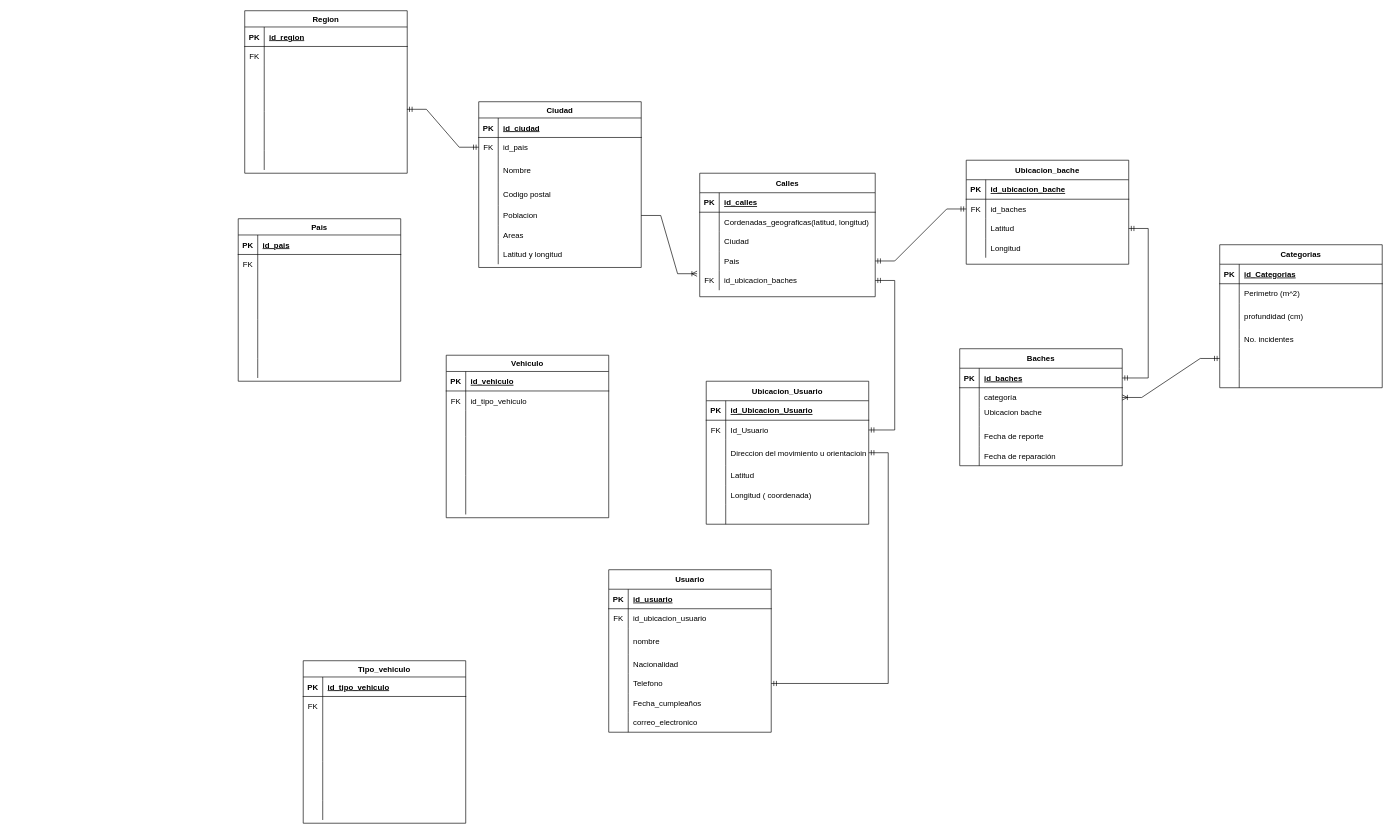
This is MER/Diagrama sin título.drawio from josearpa123/Movilidad-ubanaBD, a draw.io file, before an edit. Source tidied: cells renumbered, new cells numbered last; positions are measured from the earlier drawing's top-left corner, leaving out a move shared by most shapes. Both pictures are drawn from the tidied source at 65%, with x=0, y=0 at pixel (238, 10).
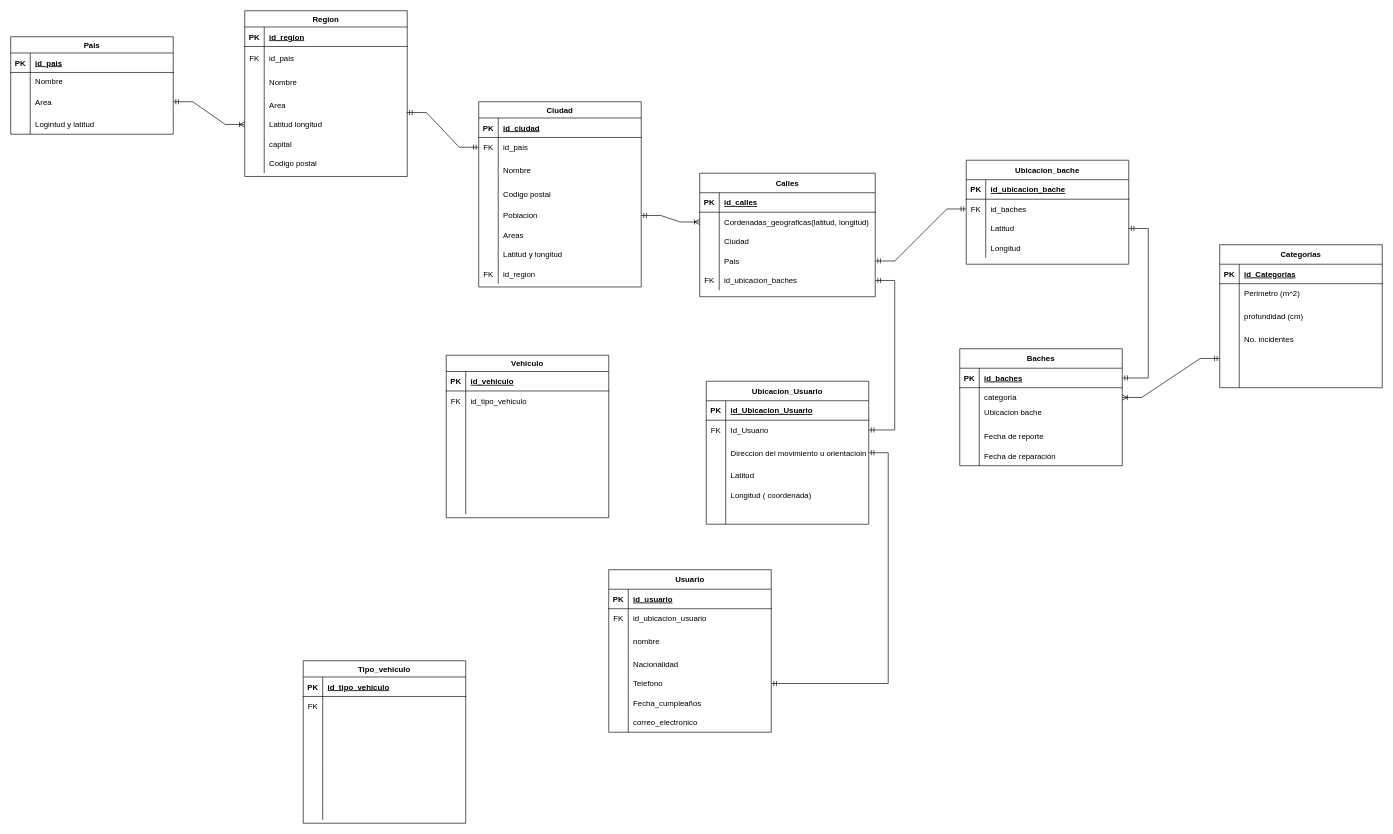
The same diagram, later.

Commit message:
Zona listo

The change refers to these unchanged cells:
```xml
<mxCell id="35" style="shape=partialRectangle;fillColor=none;points=[[0,0.5],[1,0.5]];portConstraint=eastwest;top=0;left=0;right=0;bottom=0;" parent="31" vertex="1">
  <mxGeometry y="60" width="270" height="30" as="geometry" />
</mxCell>
<mxCell id="44" style="shape=partialRectangle;fillColor=none;points=[[0,0.5],[1,0.5]];portConstraint=eastwest;top=0;left=0;right=0;bottom=0;" parent="31" vertex="1">
  <mxGeometry y="150" width="270" height="30" as="geometry" />
</mxCell>
<mxCell id="124" style="shape=partialRectangle;fillColor=none;points=[[0,0.5],[1,0.5]];portConstraint=eastwest;top=0;left=0;right=0;bottom=0;" parent="111" vertex="1">
  <mxGeometry y="160" width="250" height="30" as="geometry" />
</mxCell>
```

What changed in the source:
```diff
@@
     <mxCell id="111" value="Ciudad" style="shape=table;startSize=25;childLayout=tableLayout;rowLines=0;fontStyle=1;align=center;" parent="1" vertex="1">
-      <mxGeometry x="370" y="140" width="250" height="255" as="geometry" />
+      <mxGeometry x="370" y="140" width="250" height="285" as="geometry" />
     </mxCell>
@@
+    <mxCell id="224" style="shape=partialRectangle;fillColor=none;top=0;left=0;right=0;bottom=0;" parent="111" vertex="1">
+      <mxGeometry y="250" width="250" height="30" as="geometry" />
+    </mxCell>
+    <mxCell id="225" value="FK" style="shape=partialRectangle;overflow=hidden;fillColor=none;top=0;left=0;bottom=0;right=0;" parent="224" vertex="1">
+      <mxGeometry width="30" height="30" as="geometry" />
+    </mxCell>
+    <mxCell id="226" value="id_region" style="shape=partialRectangle;overflow=hidden;fillColor=none;top=0;left=0;bottom=0;right=0;align=left;spacingLeft=6;" parent="224" vertex="1">
+      <mxGeometry x="30" width="220" height="30" as="geometry" />
+    </mxCell>
     <mxCell id="133" value="Region" style="shape=table;startSize=25;childLayout=tableLayout;rowLines=0;fontStyle=1;align=center;" parent="1" vertex="1">
-      <mxGeometry x="10" width="250" height="250" as="geometry" />
+      <mxGeometry x="10" width="250" height="255" as="geometry" />
     </mxCell>
@@
     <mxCell id="137" style="shape=partialRectangle;fillColor=none;top=0;left=0;right=0;bottom=0;" parent="133" vertex="1">
-      <mxGeometry y="55" width="250" height="30" as="geometry" />
+      <mxGeometry y="55" width="250" height="35" as="geometry" />
     </mxCell>
     <mxCell id="138" value="FK" style="shape=partialRectangle;overflow=hidden;fillColor=none;top=0;left=0;bottom=0;right=0;" parent="137" vertex="1">
-      <mxGeometry width="30" height="30" as="geometry" />
+      <mxGeometry width="30" height="35" as="geometry" />
     </mxCell>
-    <mxCell id="139" style="shape=partialRectangle;overflow=hidden;fillColor=none;top=0;left=0;bottom=0;right=0;align=left;spacingLeft=6;" parent="137" vertex="1">
-      <mxGeometry x="30" width="220" height="30" as="geometry" />
+    <mxCell id="139" value="id_pais" style="shape=partialRectangle;overflow=hidden;fillColor=none;top=0;left=0;bottom=0;right=0;align=left;spacingLeft=6;" parent="137" vertex="1">
+      <mxGeometry x="30" width="220" height="35" as="geometry" />
     </mxCell>
     <mxCell id="140" style="shape=partialRectangle;fillColor=none;top=0;left=0;right=0;bottom=0;" parent="133" vertex="1">
-      <mxGeometry y="85" width="250" height="40" as="geometry" />
+      <mxGeometry y="90" width="250" height="40" as="geometry" />
     </mxCell>
@@
-    <mxCell id="142" style="shape=partialRectangle;overflow=hidden;fillColor=none;top=0;left=0;bottom=0;right=0;align=left;spacingLeft=6;" parent="140" vertex="1">
+    <mxCell id="142" value="Nombre" style="shape=partialRectangle;overflow=hidden;fillColor=none;top=0;left=0;bottom=0;right=0;align=left;spacingLeft=6;" parent="140" vertex="1">
       <mxGeometry x="30" width="220" height="40" as="geometry" />
     </mxCell>
     <mxCell id="143" style="shape=partialRectangle;fillColor=none;points=[[0,0.5],[1,0.5]];portConstraint=eastwest;top=0;left=0;right=0;bottom=0;" parent="133" vertex="1">
-      <mxGeometry y="125" width="250" height="30" as="geometry" />
+      <mxGeometry y="130" width="250" height="30" as="geometry" />
     </mxCell>
@@
-    <mxCell id="145" style="shape=partialRectangle;overflow=hidden;fillColor=none;top=0;left=0;bottom=0;right=0;align=left;spacingLeft=6;" parent="143" vertex="1">
+    <mxCell id="145" value="Area" style="shape=partialRectangle;overflow=hidden;fillColor=none;top=0;left=0;bottom=0;right=0;align=left;spacingLeft=6;" parent="143" vertex="1">
       <mxGeometry x="30" width="220" height="30" as="geometry" />
     </mxCell>
     <mxCell id="146" style="shape=partialRectangle;fillColor=none;points=[[0,0.5],[1,0.5]];portConstraint=eastwest;top=0;left=0;right=0;bottom=0;" parent="133" vertex="1">
-      <mxGeometry y="155" width="250" height="30" as="geometry" />
+      <mxGeometry y="160" width="250" height="30" as="geometry" />
     </mxCell>
@@
-    <mxCell id="148" style="shape=partialRectangle;overflow=hidden;fillColor=none;top=0;left=0;bottom=0;right=0;align=left;spacingLeft=6;" parent="146" vertex="1">
+    <mxCell id="148" value="Latitud longitud" style="shape=partialRectangle;overflow=hidden;fillColor=none;top=0;left=0;bottom=0;right=0;align=left;spacingLeft=6;" parent="146" vertex="1">
       <mxGeometry x="30" width="220" height="30" as="geometry" />
     </mxCell>
     <mxCell id="149" style="shape=partialRectangle;fillColor=none;top=0;left=0;right=0;bottom=0;" parent="133" vertex="1">
-      <mxGeometry y="185" width="250" height="30" as="geometry" />
+      <mxGeometry y="190" width="250" height="30" as="geometry" />
     </mxCell>
@@
-    <mxCell id="151" style="shape=partialRectangle;overflow=hidden;fillColor=none;top=0;left=0;bottom=0;right=0;align=left;spacingLeft=6;" parent="149" vertex="1">
+    <mxCell id="151" value="capital" style="shape=partialRectangle;overflow=hidden;fillColor=none;top=0;left=0;bottom=0;right=0;align=left;spacingLeft=6;" parent="149" vertex="1">
       <mxGeometry x="30" width="220" height="30" as="geometry" />
     </mxCell>
     <mxCell id="152" style="shape=partialRectangle;fillColor=none;top=0;left=0;right=0;bottom=0;" parent="133" vertex="1">
-      <mxGeometry y="215" width="250" height="30" as="geometry" />
+      <mxGeometry y="220" width="250" height="30" as="geometry" />
     </mxCell>
@@
-    <mxCell id="154" style="shape=partialRectangle;overflow=hidden;fillColor=none;top=0;left=0;bottom=0;right=0;align=left;spacingLeft=6;" parent="152" vertex="1">
+    <mxCell id="154" value="Codigo postal" style="shape=partialRectangle;overflow=hidden;fillColor=none;top=0;left=0;bottom=0;right=0;align=left;spacingLeft=6;" parent="152" vertex="1">
       <mxGeometry x="30" width="220" height="30" as="geometry" />
     </mxCell>
@@
-    <mxCell id="156" style="edgeStyle=entityRelationEdgeStyle;fontSize=12;html=1;endArrow=ERoneToMany;rounded=0;exitX=1;exitY=0.5;exitDx=0;exitDy=0;entryX=-0.015;entryY=0.153;entryDx=0;entryDy=0;entryPerimeter=0;" parent="1" edge="1" source="124" target="44">
-      <mxGeometry relative="1" as="geometry" />
-    </mxCell>
@@
     <mxCell id="202" value="Pais" style="shape=table;startSize=25;childLayout=tableLayout;rowLines=0;fontStyle=1;align=center;" parent="1" vertex="1">
-      <mxGeometry y="320" width="250" height="250" as="geometry" />
+      <mxGeometry x="-350" y="40" width="250" height="150" as="geometry" />
     </mxCell>
@@
     <mxCell id="206" style="shape=partialRectangle;fillColor=none;top=0;left=0;right=0;bottom=0;" parent="202" vertex="1">
-      <mxGeometry y="55" width="250" height="30" as="geometry" />
+      <mxGeometry y="55" width="250" height="25" as="geometry" />
     </mxCell>
-    <mxCell id="207" value="FK" style="shape=partialRectangle;overflow=hidden;fillColor=none;top=0;left=0;bottom=0;right=0;" parent="206" vertex="1">
-      <mxGeometry width="30" height="30" as="geometry" />
+    <mxCell id="207" style="shape=partialRectangle;overflow=hidden;fillColor=none;top=0;left=0;bottom=0;right=0;" parent="206" vertex="1">
+      <mxGeometry width="30" height="25" as="geometry" />
     </mxCell>
-    <mxCell id="208" style="shape=partialRectangle;overflow=hidden;fillColor=none;top=0;left=0;bottom=0;right=0;align=left;spacingLeft=6;" parent="206" vertex="1">
-      <mxGeometry x="30" width="220" height="30" as="geometry" />
+    <mxCell id="208" value="Nombre" style="shape=partialRectangle;overflow=hidden;fillColor=none;top=0;left=0;bottom=0;right=0;align=left;spacingLeft=6;" parent="206" vertex="1">
+      <mxGeometry x="30" width="220" height="25" as="geometry" />
     </mxCell>
     <mxCell id="209" style="shape=partialRectangle;fillColor=none;points=[[0,0.5],[1,0.5]];portConstraint=eastwest;top=0;left=0;right=0;bottom=0;" parent="202" vertex="1">
-      <mxGeometry y="85" width="250" height="40" as="geometry" />
+      <mxGeometry y="80" width="250" height="40" as="geometry" />
     </mxCell>
@@
-    <mxCell id="211" style="shape=partialRectangle;overflow=hidden;fillColor=none;top=0;left=0;bottom=0;right=0;align=left;spacingLeft=6;" parent="209" vertex="1">
+    <mxCell id="211" value="Area" style="shape=partialRectangle;overflow=hidden;fillColor=none;top=0;left=0;bottom=0;right=0;align=left;spacingLeft=6;" parent="209" vertex="1">
       <mxGeometry x="30" width="220" height="40" as="geometry" />
     </mxCell>
     <mxCell id="212" style="shape=partialRectangle;fillColor=none;top=0;left=0;right=0;bottom=0;" parent="202" vertex="1">
-      <mxGeometry y="125" width="250" height="30" as="geometry" />
+      <mxGeometry y="120" width="250" height="30" as="geometry" />
     </mxCell>
@@
-    <mxCell id="214" style="shape=partialRectangle;overflow=hidden;fillColor=none;top=0;left=0;bottom=0;right=0;align=left;spacingLeft=6;" parent="212" vertex="1">
+    <mxCell id="214" value="Logintud y latitud" style="shape=partialRectangle;overflow=hidden;fillColor=none;top=0;left=0;bottom=0;right=0;align=left;spacingLeft=6;" parent="212" vertex="1">
       <mxGeometry x="30" width="220" height="30" as="geometry" />
     </mxCell>
-    <mxCell id="215" style="shape=partialRectangle;fillColor=none;top=0;left=0;right=0;bottom=0;" parent="202" vertex="1">
-      <mxGeometry y="155" width="250" height="30" as="geometry" />
-    </mxCell>
-    <mxCell id="216" style="shape=partialRectangle;overflow=hidden;fillColor=none;top=0;left=0;bottom=0;right=0;" parent="215" vertex="1">
-      <mxGeometry width="30" height="30" as="geometry" />
-    </mxCell>
-    <mxCell id="217" style="shape=partialRectangle;overflow=hidden;fillColor=none;top=0;left=0;bottom=0;right=0;align=left;spacingLeft=6;" parent="215" vertex="1">
-      <mxGeometry x="30" width="220" height="30" as="geometry" />
-    </mxCell>
-    <mxCell id="218" style="shape=partialRectangle;fillColor=none;top=0;left=0;right=0;bottom=0;" parent="202" vertex="1">
-      <mxGeometry y="185" width="250" height="30" as="geometry" />
-    </mxCell>
-    <mxCell id="219" style="shape=partialRectangle;overflow=hidden;fillColor=none;top=0;left=0;bottom=0;right=0;" parent="218" vertex="1">
-      <mxGeometry width="30" height="30" as="geometry" />
-    </mxCell>
-    <mxCell id="220" style="shape=partialRectangle;overflow=hidden;fillColor=none;top=0;left=0;bottom=0;right=0;align=left;spacingLeft=6;" parent="218" vertex="1">
-      <mxGeometry x="30" width="220" height="30" as="geometry" />
-    </mxCell>
-    <mxCell id="221" style="shape=partialRectangle;fillColor=none;top=0;left=0;right=0;bottom=0;" parent="202" vertex="1">
-      <mxGeometry y="215" width="250" height="30" as="geometry" />
-    </mxCell>
-    <mxCell id="222" style="shape=partialRectangle;overflow=hidden;fillColor=none;top=0;left=0;bottom=0;right=0;" parent="221" vertex="1">
-      <mxGeometry width="30" height="30" as="geometry" />
-    </mxCell>
-    <mxCell id="223" style="shape=partialRectangle;overflow=hidden;fillColor=none;top=0;left=0;bottom=0;right=0;align=left;spacingLeft=6;" parent="221" vertex="1">
-      <mxGeometry x="30" width="220" height="30" as="geometry" />
-    </mxCell>
+    <mxCell id="227" style="edgeStyle=entityRelationEdgeStyle;fontSize=12;html=1;endArrow=ERoneToMany;startArrow=ERmandOne;rounded=0;entryX=0;entryY=0.5;entryDx=0;entryDy=0;exitX=1;exitY=0.5;exitDx=0;exitDy=0;" parent="1" edge="1" source="124" target="35">
+      <mxGeometry relative="1" as="geometry" />
+    </mxCell>
+    <mxCell id="228" style="edgeStyle=entityRelationEdgeStyle;fontSize=12;html=1;endArrow=ERoneToMany;startArrow=ERmandOne;rounded=0;entryX=0;entryY=0.5;entryDx=0;entryDy=0;exitX=1;exitY=0.5;exitDx=0;exitDy=0;" parent="1" edge="1" source="209" target="146">
+      <mxGeometry relative="1" as="geometry" />
+    </mxCell>
```
